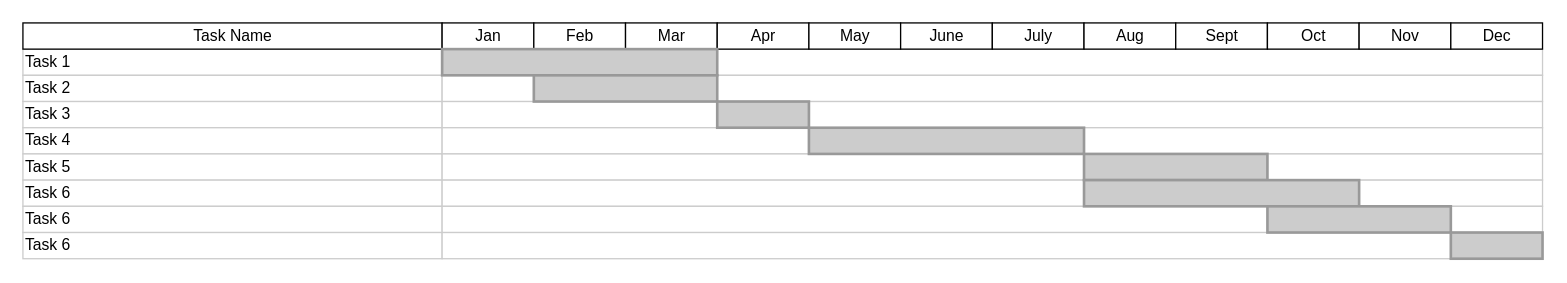
RuthvikMukkamala/algo_data keeps this draw.io diagram as Untitled Diagram.drawio. Above is the earlier version. Source tidied: cells renumbered, new cells numbered last; positions are measured from the earlier drawing's top-left corner, leaving out a move shared by most shapes. Both pictures are drawn from the tidied source at 131%, with x=0, y=0 at pixel (22, 22).
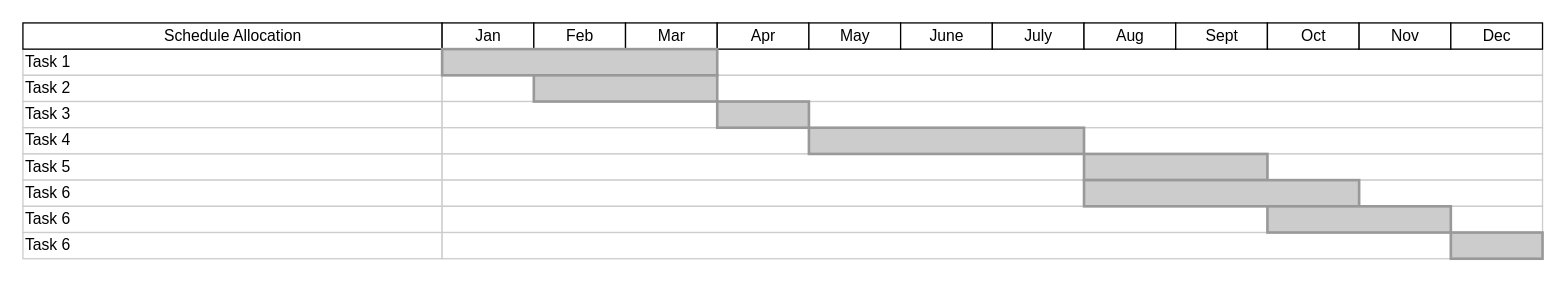
The same diagram, later.

The edit, as a diff of the source:
```diff
@@
-    <mxCell id="8" value="Task Name" style="strokeWidth=1;fontStyle=0;html=1;" parent="1" vertex="1">
+    <mxCell id="8" value="Schedule Allocation" style="strokeWidth=1;fontStyle=0;html=1;" parent="1" vertex="1">
       <mxGeometry width="320" height="20" as="geometry" />
     </mxCell>
```
